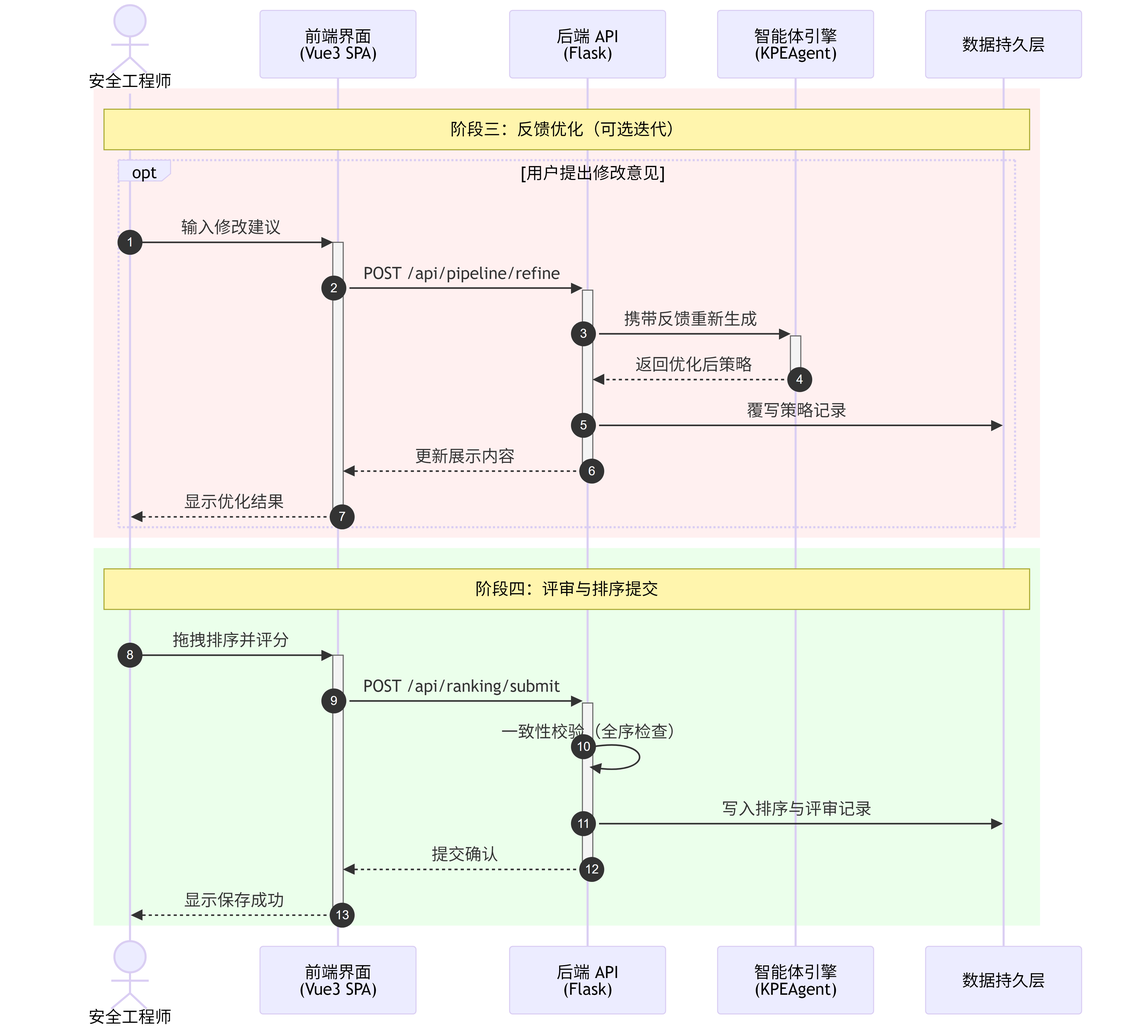
The Mermaid diagram images/chap4/pipeline_sequence_b.png in Ivanbeethoven/ustb_graduator_paper, before a commit. Its source is kept beside it as images/chap4/pipeline_sequence_b.mmd.
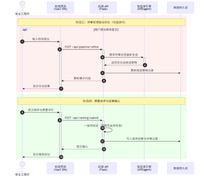
Above is the later version.

What changed in the source:
```diff
@@ -7,24 +7,24 @@
     participant DB as 数据持久层
 
     rect rgb(255, 240, 240)
-        Note over User, DB: 阶段三：反馈优化（可选迭代）
+        Note over User, DB: 阶段三：评审反馈驱动优化（可选迭代）
         opt 用户提出修改意见
             User ->>+ UI: 输入修改建议
             UI ->>+ API: POST /api/pipeline/refine
-            API ->>+ Agent: 携带反馈重新生成
-            Agent -->>- API: 返回优化后策略
-            API ->> DB: 覆写策略记录
+            API ->>+ Agent: 携带评审反馈重新生成
+            Agent -->>- API: 返回优化后候选策略
+            API ->> DB: 更新候选策略记录
             API -->>- UI: 更新展示内容
             UI -->>- User: 显示优化结果
         end
     end
 
     rect rgb(235, 255, 235)
-        Note over User, DB: 阶段四：评审与排序提交
-        User ->>+ UI: 拖拽排序并评分
+        Note over User, DB: 阶段四：质量排序与结果确认
+        User ->>+ UI: 提交排序与质量评价
         UI ->>+ API: POST /api/ranking/submit
-        API ->> API: 一致性校验（全序检查）
-        API ->> DB: 写入排序与评审记录
+        API ->> API: 一致性校验（同类型全序检查）
+        API ->> DB: 写入排序结果与评审记录
         API -->>- UI: 提交确认
         UI -->>- User: 显示保存成功
     end
```
